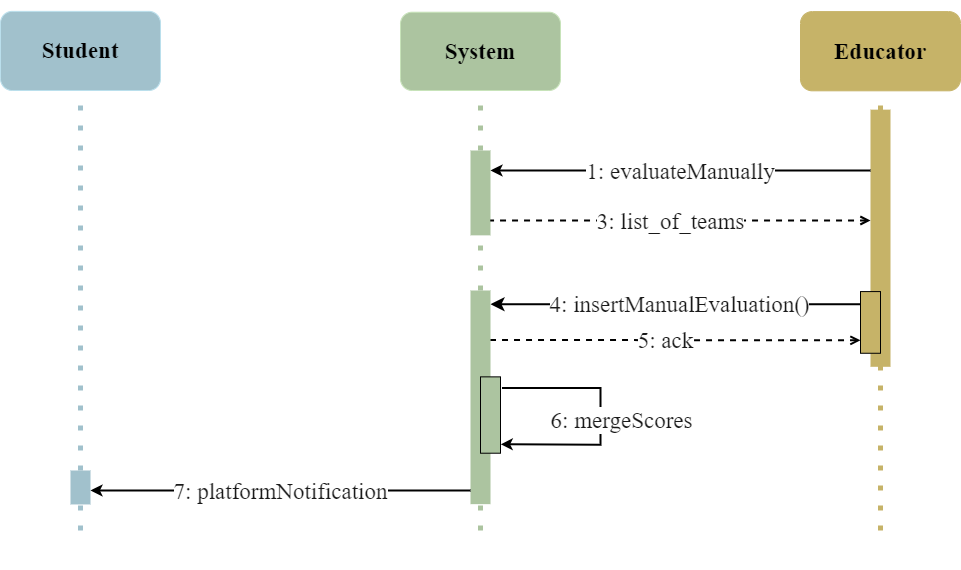
Above: RASD/Images/sequence Diagrams/educator/educatorManualEvaluation-SD.png in LucaMasiero/sw-eng-2_Project (draw.io), before the change. Source tidied: cells renumbered, new cells last; positions are measured from the earlier drawing's top-left corner, leaving out a move shared by most shapes. Source of this version:
```xml
<mxGraphModel background="#ffffff">
  <root>
    <mxCell id="0" />
    <mxCell id="1" parent="0" />
    <mxCell id="2" style="group;" parent="1" vertex="1">
      <mxGeometry x="800" width="160" height="530" as="geometry" />
    </mxCell>
    <mxCell id="3" style="group;" parent="2" vertex="1">
      <mxGeometry y="6.3" width="160" height="523.7" as="geometry" />
    </mxCell>
    <mxCell id="4" style="endArrow=none;dashed=1;html=1;dashPattern=1 3;strokeWidth=5;rounded=0;entryX=0.5;entryY=1;entryDx=0;entryDy=0;fillColor=#0050ef;strokeColor=#c6b368;" parent="3" edge="1" target="6">
      <mxGeometry relative="1" as="geometry">
        <mxPoint x="80" y="523.7" as="sourcePoint" />
      </mxGeometry>
    </mxCell>
    <mxCell id="5" style="group;" parent="3" vertex="1">
      <mxGeometry width="160" height="429" as="geometry" />
    </mxCell>
    <mxCell id="6" value="Educator" style="rounded=1;whiteSpace=wrap;html=1;fillColor=#C6B368;fontColor=#000000;strokeColor=#c6b368;fontStyle=1;fontFamily=Times New Roman;fontSize=23;" parent="5" vertex="1">
      <mxGeometry y="4.8" width="160" height="79.2" as="geometry" />
    </mxCell>
    <mxCell id="7" style="rounded=0;whiteSpace=wrap;html=1;fillColor=#C6B368;strokeColor=none;" parent="5" vertex="1">
      <mxGeometry x="70" y="102.8" width="20" height="257.2" as="geometry" />
    </mxCell>
    <mxCell id="8" style="rounded=0;whiteSpace=wrap;html=1;fillColor=#C6B368;strokeColor=#000000;" parent="5" vertex="1">
      <mxGeometry x="60" y="284.8" width="20" height="61.7" as="geometry" />
    </mxCell>
    <mxCell id="9" style="html=1;verticalAlign=bottom;endArrow=classic;endSize=8;curved=0;rounded=0;strokeColor=#000000;strokeWidth=2;startArrow=none;startFill=0;endFill=1;" parent="5" edge="1">
      <mxGeometry relative="1" as="geometry">
        <mxPoint x="60" y="297.4" as="sourcePoint" />
        <mxPoint x="-310" y="297.4" as="targetPoint" />
      </mxGeometry>
    </mxCell>
    <mxCell id="10" value="4: insertManualEvaluation()" style="edgeLabel;html=1;align=center;verticalAlign=middle;fontSize=23;fontFamily=Times New Roman;labelBackgroundColor=#FFFFFF;fontColor=#1A1A1A;fontStyle=0;" parent="9" vertex="1">
      <mxGeometry x="-0.11" y="-2" relative="1" as="geometry">
        <mxPoint x="-17" y="2" as="offset" />
      </mxGeometry>
    </mxCell>
    <mxCell id="11" style="group;" parent="1" vertex="1">
      <mxGeometry y="10" width="160" height="560" as="geometry" />
    </mxCell>
    <mxCell id="12" value="Student" style="rounded=1;whiteSpace=wrap;html=1;fillColor=#A1C1CC;fontColor=#000000;strokeColor=#BADFEC;fontStyle=1;fontFamily=Times New Roman;fontSize=23;" parent="11" vertex="1">
      <mxGeometry y="0.8" width="160" height="79.2" as="geometry" />
    </mxCell>
    <mxCell id="13" style="endArrow=none;dashed=1;html=1;dashPattern=1 3;strokeWidth=5;entryX=0.5;entryY=1;entryDx=0;entryDy=0;fillColor=#0050ef;strokeColor=#A1C1CC;rounded=0;" parent="11" edge="1" target="12">
      <mxGeometry relative="1" as="geometry">
        <mxPoint x="80" y="520" as="sourcePoint" />
      </mxGeometry>
    </mxCell>
    <mxCell id="14" style="rounded=0;whiteSpace=wrap;html=1;fillColor=#A1C1CC;strokeColor=none;" parent="11" vertex="1">
      <mxGeometry x="70" y="460" width="20" height="33.9" as="geometry" />
    </mxCell>
    <mxCell id="15" style="group;" parent="1" vertex="1">
      <mxGeometry x="400" y="10" width="160" height="560" as="geometry" />
    </mxCell>
    <mxCell id="16" style="rounded=0;whiteSpace=wrap;html=1;fillColor=#ACC4A0;strokeColor=none;" parent="15" vertex="1">
      <mxGeometry x="70" y="140" width="20" height="84.8" as="geometry" />
    </mxCell>
    <mxCell id="17" value="System" style="rounded=1;whiteSpace=wrap;html=1;fillColor=#ACC4A0;fontColor=#000000;strokeColor=#C7E3B9;fontStyle=1;fontFamily=Times New Roman;fontSize=23;" parent="15" vertex="1">
      <mxGeometry y="1.7" width="160" height="78.3" as="geometry" />
    </mxCell>
    <mxCell id="18" style="endArrow=none;dashed=1;html=1;dashPattern=1 3;strokeWidth=5;rounded=0;entryX=0.5;entryY=1;entryDx=0;entryDy=0;fillColor=#0050ef;strokeColor=#ACC4A0;" parent="15" edge="1" target="17">
      <mxGeometry relative="1" as="geometry">
        <mxPoint x="80" y="520" as="sourcePoint" />
      </mxGeometry>
    </mxCell>
    <mxCell id="19" style="rounded=0;whiteSpace=wrap;html=1;fillColor=#ACC4A0;strokeColor=none;" parent="15" vertex="1">
      <mxGeometry x="70" y="280" width="20" height="213.6" as="geometry" />
    </mxCell>
    <mxCell id="20" style="rounded=0;whiteSpace=wrap;html=1;fillColor=#ACC4A0;strokeColor=#000000;" parent="15" vertex="1">
      <mxGeometry x="80" y="366.4" width="20" height="76.4" as="geometry" />
    </mxCell>
    <mxCell id="21" style="html=1;verticalAlign=bottom;endArrow=none;endSize=8;curved=0;rounded=0;strokeColor=#000000;strokeWidth=2;startArrow=classic;startFill=1;endFill=0;exitX=1.012;exitY=0.883;exitDx=0;exitDy=0;exitPerimeter=0;" parent="15" edge="1" source="20">
      <mxGeometry relative="1" as="geometry">
        <mxPoint x="101.5" y="377.4" as="targetPoint" />
        <Array as="points">
          <mxPoint x="200" y="434.2" />
          <mxPoint x="200" y="377.4" />
        </Array>
      </mxGeometry>
    </mxCell>
    <mxCell id="22" value="6: mergeScores" style="edgeLabel;html=1;align=center;verticalAlign=middle;fontSize=23;fontFamily=Times New Roman;labelBackgroundColor=#FFFFFF;fontColor=#1A1A1A;fontStyle=0;" parent="21" vertex="1">
      <mxGeometry x="-0.11" y="-2" relative="1" as="geometry">
        <mxPoint x="18" y="-11" as="offset" />
      </mxGeometry>
    </mxCell>
    <mxCell id="23" style="html=1;verticalAlign=bottom;endArrow=none;endSize=8;curved=0;rounded=0;strokeColor=#000000;strokeWidth=2;startArrow=open;startFill=0;endFill=0;dashed=1;" parent="1" edge="1">
      <mxGeometry relative="1" as="geometry">
        <mxPoint x="860" y="339.9" as="sourcePoint" />
        <mxPoint x="490" y="339.5" as="targetPoint" />
      </mxGeometry>
    </mxCell>
    <mxCell id="24" value="5: ack" style="edgeLabel;html=1;align=center;verticalAlign=middle;fontSize=23;fontFamily=Times New Roman;labelBackgroundColor=#FFFFFF;fontColor=#1A1A1A;fontStyle=0;" parent="23" vertex="1">
      <mxGeometry x="-0.11" y="-2" relative="1" as="geometry">
        <mxPoint x="-31" y="2" as="offset" />
      </mxGeometry>
    </mxCell>
    <mxCell id="25" style="edgeStyle=orthogonalEdgeStyle;rounded=0;orthogonalLoop=1;jettySize=auto;html=1;strokeColor=#000000;strokeWidth=2;startArrow=classic;startFill=1;endArrow=none;endFill=0;" parent="1" edge="1">
      <mxGeometry relative="1" as="geometry">
        <mxPoint x="490" y="170" as="sourcePoint" />
        <mxPoint x="870" y="170" as="targetPoint" />
      </mxGeometry>
    </mxCell>
    <mxCell id="26" value="1: evaluateManually" style="edgeLabel;html=1;align=center;verticalAlign=middle;fontFamily=Times New Roman;fontSize=23;labelBackgroundColor=#FFFFFF;fontColor=#1A1A1A;fontStyle=0;" parent="25" vertex="1">
      <mxGeometry x="-0.34" y="3" relative="1" as="geometry">
        <mxPoint x="65" y="3" as="offset" />
      </mxGeometry>
    </mxCell>
    <mxCell id="27" style="html=1;verticalAlign=bottom;endArrow=none;endSize=8;curved=0;rounded=0;strokeColor=#000000;strokeWidth=2;startArrow=open;startFill=0;endFill=0;dashed=1;" parent="1" edge="1">
      <mxGeometry relative="1" as="geometry">
        <mxPoint x="870" y="220" as="sourcePoint" />
        <mxPoint x="490" y="220" as="targetPoint" />
      </mxGeometry>
    </mxCell>
    <mxCell id="28" value="3: list_of_teams" style="edgeLabel;html=1;align=center;verticalAlign=middle;fontSize=23;fontFamily=Times New Roman;labelBackgroundColor=#FFFFFF;fontColor=#1A1A1A;fontStyle=0;" parent="27" vertex="1">
      <mxGeometry x="-0.11" y="-2" relative="1" as="geometry">
        <mxPoint x="-31" y="2" as="offset" />
      </mxGeometry>
    </mxCell>
    <mxCell id="29" style="edgeStyle=orthogonalEdgeStyle;rounded=0;orthogonalLoop=1;jettySize=auto;html=1;strokeColor=#000000;strokeWidth=2;startArrow=classic;startFill=1;endArrow=none;endFill=0;" parent="1" edge="1">
      <mxGeometry relative="1" as="geometry">
        <mxPoint x="90" y="490" as="sourcePoint" />
        <mxPoint x="470" y="490" as="targetPoint" />
      </mxGeometry>
    </mxCell>
    <mxCell id="30" value="7: platformNotification" style="edgeLabel;html=1;align=center;verticalAlign=middle;fontFamily=Times New Roman;fontSize=23;labelBackgroundColor=#FFFFFF;fontColor=#1A1A1A;fontStyle=0;" parent="29" vertex="1">
      <mxGeometry x="-0.34" y="3" relative="1" as="geometry">
        <mxPoint x="65" y="3" as="offset" />
      </mxGeometry>
    </mxCell>
  </root>
</mxGraphModel>
```
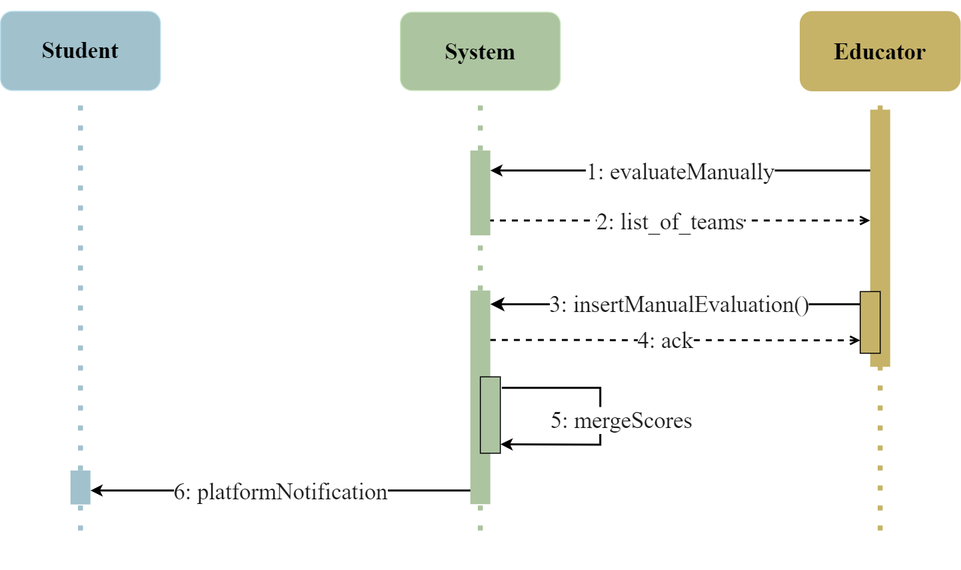
The same file after the commit.

Commit message:
Update educatorManualEvaluation RASD sequence diagram

Change to the diagram source:
```diff
@@ -31,7 +31,7 @@
         <mxPoint x="-310" y="297.4" as="targetPoint" />
       </mxGeometry>
     </mxCell>
-    <mxCell id="10" value="4: insertManualEvaluation()" style="edgeLabel;html=1;align=center;verticalAlign=middle;fontSize=23;fontFamily=Times New Roman;labelBackgroundColor=#FFFFFF;fontColor=#1A1A1A;fontStyle=0;" parent="9" vertex="1">
+    <mxCell id="10" value="3: insertManualEvaluation()" style="edgeLabel;html=1;align=center;verticalAlign=middle;fontSize=23;fontFamily=Times New Roman;labelBackgroundColor=#FFFFFF;fontColor=#1A1A1A;fontStyle=0;" parent="9" vertex="1">
       <mxGeometry x="-0.11" y="-2" relative="1" as="geometry">
         <mxPoint x="-17" y="2" as="offset" />
       </mxGeometry>
@@ -79,7 +79,7 @@
         </Array>
       </mxGeometry>
     </mxCell>
-    <mxCell id="22" value="6: mergeScores" style="edgeLabel;html=1;align=center;verticalAlign=middle;fontSize=23;fontFamily=Times New Roman;labelBackgroundColor=#FFFFFF;fontColor=#1A1A1A;fontStyle=0;" parent="21" vertex="1">
+    <mxCell id="22" value="5: mergeScores" style="edgeLabel;html=1;align=center;verticalAlign=middle;fontSize=23;fontFamily=Times New Roman;labelBackgroundColor=#FFFFFF;fontColor=#1A1A1A;fontStyle=0;" parent="21" vertex="1">
       <mxGeometry x="-0.11" y="-2" relative="1" as="geometry">
         <mxPoint x="18" y="-11" as="offset" />
       </mxGeometry>
@@ -90,7 +90,7 @@
         <mxPoint x="490" y="339.5" as="targetPoint" />
       </mxGeometry>
     </mxCell>
-    <mxCell id="24" value="5: ack" style="edgeLabel;html=1;align=center;verticalAlign=middle;fontSize=23;fontFamily=Times New Roman;labelBackgroundColor=#FFFFFF;fontColor=#1A1A1A;fontStyle=0;" parent="23" vertex="1">
+    <mxCell id="24" value="4: ack" style="edgeLabel;html=1;align=center;verticalAlign=middle;fontSize=23;fontFamily=Times New Roman;labelBackgroundColor=#FFFFFF;fontColor=#1A1A1A;fontStyle=0;" parent="23" vertex="1">
       <mxGeometry x="-0.11" y="-2" relative="1" as="geometry">
         <mxPoint x="-31" y="2" as="offset" />
       </mxGeometry>
@@ -112,7 +112,7 @@
         <mxPoint x="490" y="220" as="targetPoint" />
       </mxGeometry>
     </mxCell>
-    <mxCell id="28" value="3: list_of_teams" style="edgeLabel;html=1;align=center;verticalAlign=middle;fontSize=23;fontFamily=Times New Roman;labelBackgroundColor=#FFFFFF;fontColor=#1A1A1A;fontStyle=0;" parent="27" vertex="1">
+    <mxCell id="28" value="2: list_of_teams" style="edgeLabel;html=1;align=center;verticalAlign=middle;fontSize=23;fontFamily=Times New Roman;labelBackgroundColor=#FFFFFF;fontColor=#1A1A1A;fontStyle=0;" parent="27" vertex="1">
       <mxGeometry x="-0.11" y="-2" relative="1" as="geometry">
         <mxPoint x="-31" y="2" as="offset" />
       </mxGeometry>
@@ -123,7 +123,7 @@
         <mxPoint x="470" y="490" as="targetPoint" />
       </mxGeometry>
     </mxCell>
-    <mxCell id="30" value="7: platformNotification" style="edgeLabel;html=1;align=center;verticalAlign=middle;fontFamily=Times New Roman;fontSize=23;labelBackgroundColor=#FFFFFF;fontColor=#1A1A1A;fontStyle=0;" parent="29" vertex="1">
+    <mxCell id="30" value="6: platformNotification" style="edgeLabel;html=1;align=center;verticalAlign=middle;fontFamily=Times New Roman;fontSize=23;labelBackgroundColor=#FFFFFF;fontColor=#1A1A1A;fontStyle=0;" parent="29" vertex="1">
       <mxGeometry x="-0.34" y="3" relative="1" as="geometry">
         <mxPoint x="65" y="3" as="offset" />
       </mxGeometry>
```
